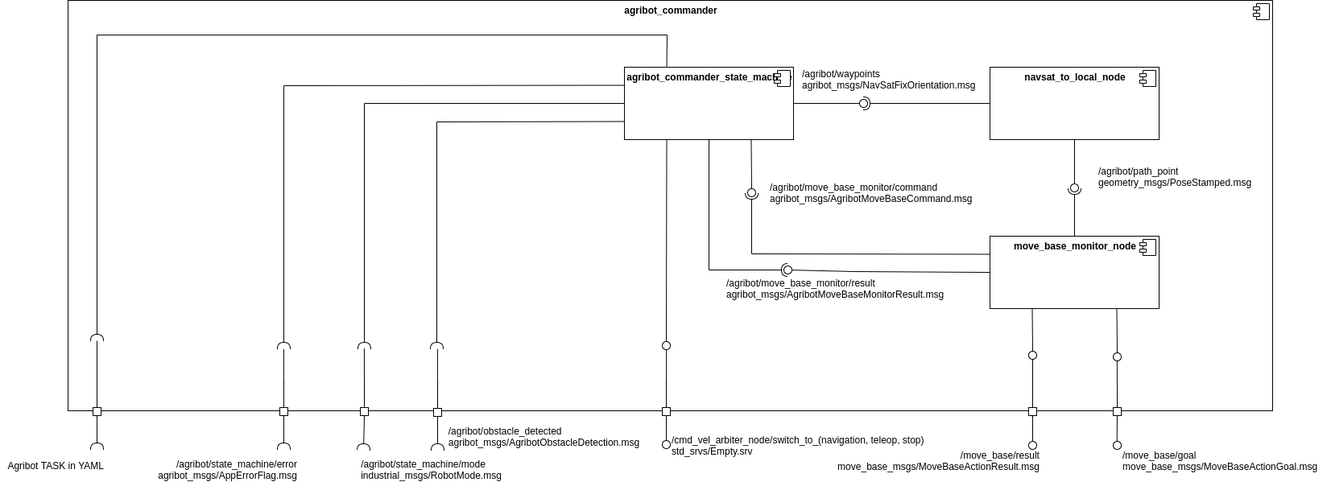
Above: doc/component_diagram.png in agribot-2-0/agribot_commander (draw.io), before the change. Source tidied: cells renumbered, new cells last; positions are measured from the earlier drawing's top-left corner, leaving out a move shared by most shapes.
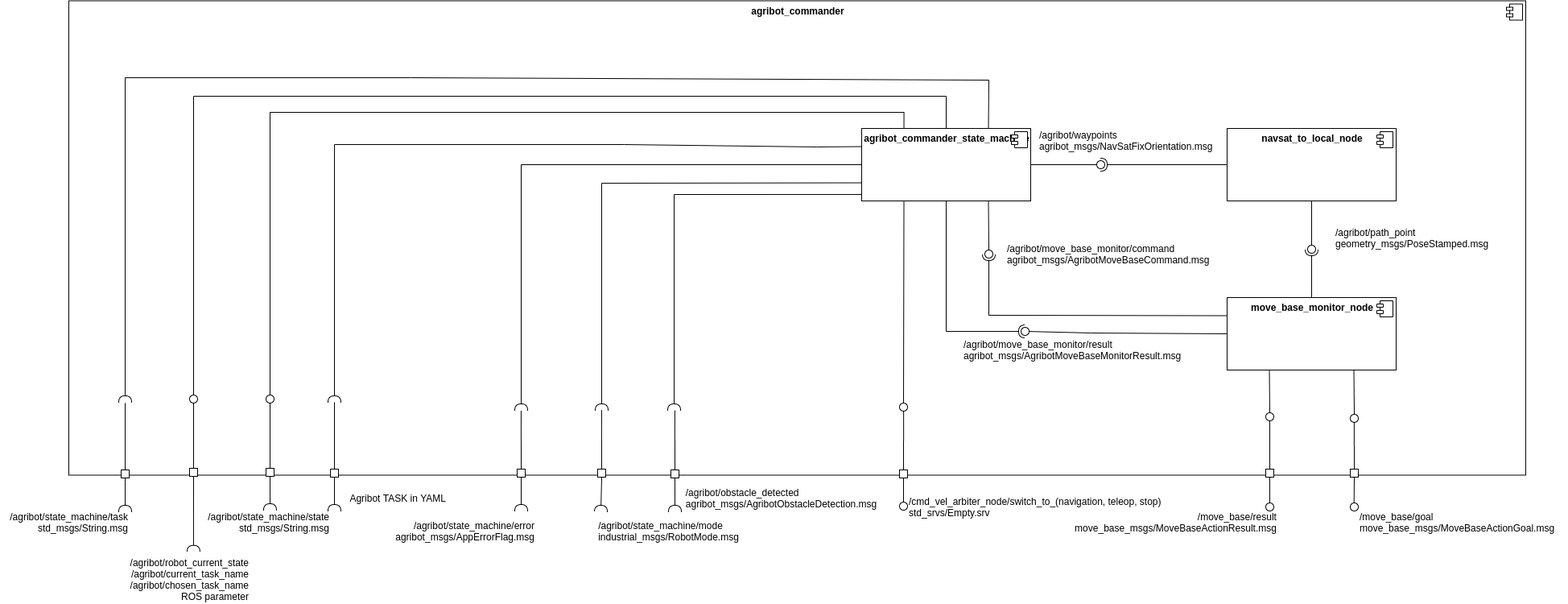
The same file after the commit.

Commit message:
Update component diagram according to review comments

Change to the diagram source:
```diff
@@ -3,7 +3,7 @@
     <mxCell id="0" />
     <mxCell id="1" parent="0" />
     <mxCell id="2" value="&lt;p style=&quot;margin: 0px ; margin-top: 6px ; text-align: center&quot;&gt;&lt;b&gt;agribot_commander&lt;/b&gt;&lt;/p&gt;" style="align=left;overflow=fill;html=1;" parent="1" vertex="1">
-      <mxGeometry x="84" width="1496" height="510" as="geometry" />
+      <mxGeometry x="-210" y="-75.5" width="1810" height="589" as="geometry" />
     </mxCell>
     <mxCell id="3" style="shape=component;jettyWidth=8;jettyHeight=4;" parent="2" vertex="1">
       <mxGeometry x="1" width="20" height="20" relative="1" as="geometry">
@@ -150,30 +150,30 @@
     <mxCell id="41" value="&lt;div style=&quot;text-align: right&quot;&gt;&lt;span&gt;/move_base/result&lt;/span&gt;&lt;/div&gt;&lt;div style=&quot;text-align: right&quot;&gt;&lt;span&gt;move_base_msgs/MoveBaseActionResult.msg&lt;/span&gt;&lt;/div&gt;" style="text;html=1;align=center;verticalAlign=middle;" parent="1" vertex="1">
       <mxGeometry x="1030" y="557" width="270" height="30" as="geometry" />
     </mxCell>
-    <mxCell id="42" style="rounded=0;jettySize=auto;html=1;endArrow=halfCircle;endFill=0;endSize=6;strokeWidth=1;exitX=0;exitY=0.75;exitDx=0;exitDy=0;" parent="1" edge="1" source="4">
+    <mxCell id="42" style="rounded=0;jettySize=auto;html=1;endArrow=halfCircle;endFill=0;endSize=6;strokeWidth=1;exitX=0.001;exitY=0.911;exitDx=0;exitDy=0;exitPerimeter=0;" parent="1" edge="1" source="4">
       <mxGeometry relative="1" as="geometry">
         <mxPoint x="542" y="433" as="targetPoint" />
         <Array as="points">
-          <mxPoint x="542" y="151" />
+          <mxPoint x="542" y="165" />
         </Array>
       </mxGeometry>
     </mxCell>
-    <mxCell id="43" style="rounded=0;jettySize=auto;html=1;endArrow=halfCircle;endFill=0;endSize=6;strokeWidth=1;exitX=0;exitY=0.5;exitDx=0;exitDy=0;" parent="1" edge="1" source="4">
+    <mxCell id="43" style="rounded=0;jettySize=auto;html=1;endArrow=halfCircle;endFill=0;endSize=6;strokeWidth=1;exitX=0;exitY=0.75;exitDx=0;exitDy=0;" parent="1" edge="1" source="4">
       <mxGeometry relative="1" as="geometry">
         <mxPoint x="452" y="433" as="targetPoint" />
         <Array as="points">
-          <mxPoint x="452" y="128" />
+          <mxPoint x="452" y="151" />
         </Array>
       </mxGeometry>
     </mxCell>
     <mxCell id="44" value="&lt;div style=&quot;text-align: left&quot;&gt;&lt;span&gt;/agribot/obstacle_detected&lt;/span&gt;&lt;/div&gt;&lt;div style=&quot;text-align: left&quot;&gt;&lt;span&gt;agribot_msgs/AgribotObstacleDetection.msg&lt;/span&gt;&lt;/div&gt;" style="text;html=1;align=center;verticalAlign=middle;" parent="1" vertex="1">
       <mxGeometry x="550" y="527" width="250" height="30" as="geometry" />
     </mxCell>
-    <mxCell id="45" style="rounded=0;jettySize=auto;html=1;endArrow=halfCircle;endFill=0;endSize=6;strokeWidth=1;exitX=0;exitY=0.25;exitDx=0;exitDy=0;" parent="1" edge="1" source="4">
+    <mxCell id="45" style="rounded=0;jettySize=auto;html=1;endArrow=halfCircle;endFill=0;endSize=6;strokeWidth=1;exitX=0;exitY=0.5;exitDx=0;exitDy=0;" parent="1" edge="1" source="4">
       <mxGeometry relative="1" as="geometry">
         <mxPoint x="352" y="433" as="targetPoint" />
         <Array as="points">
-          <mxPoint x="352" y="106" />
+          <mxPoint x="352" y="128" />
         </Array>
       </mxGeometry>
     </mxCell>
@@ -192,17 +192,18 @@
     <mxCell id="50" value="/cmd_vel_arbiter_node/switch_to_(navigation, teleop, stop)&lt;br&gt;std_srvs/Empty.srv" style="text;html=1;align=left;verticalAlign=middle;" parent="1" vertex="1">
       <mxGeometry x="832" y="538" width="330" height="30" as="geometry" />
     </mxCell>
-    <mxCell id="51" style="rounded=0;jettySize=auto;html=1;endArrow=halfCircle;endFill=0;endSize=6;strokeWidth=1;exitX=0.25;exitY=0;exitDx=0;exitDy=0;" parent="1" edge="1" source="4">
+    <mxCell id="51" style="rounded=0;jettySize=auto;html=1;endArrow=halfCircle;endFill=0;endSize=6;strokeWidth=1;exitX=0;exitY=0.25;exitDx=0;exitDy=0;" parent="1" edge="1" source="4">
       <mxGeometry relative="1" as="geometry">
         <mxPoint x="120" y="423" as="targetPoint" />
         <Array as="points">
-          <mxPoint x="828" y="43" />
-          <mxPoint x="120" y="43" />
+          <mxPoint x="720" y="106" />
+          <mxPoint x="480" y="103" />
+          <mxPoint x="120" y="103" />
         </Array>
       </mxGeometry>
     </mxCell>
     <mxCell id="52" value="&lt;div&gt;Agribot TASK in YAML&lt;/div&gt;" style="text;html=1;align=right;verticalAlign=middle;" parent="1" vertex="1">
-      <mxGeometry y="568" width="130" height="20" as="geometry" />
+      <mxGeometry x="130" y="532" width="130" height="20" as="geometry" />
     </mxCell>
     <mxCell id="53" style="edgeStyle=orthogonalEdgeStyle;rounded=0;jettySize=auto;html=1;exitX=0.5;exitY=0;exitDx=0;exitDy=0;entryX=0.489;entryY=0.936;entryDx=0;entryDy=0;entryPerimeter=0;endArrow=none;endFill=0;" parent="1" edge="1" source="54" target="37">
       <mxGeometry relative="1" as="geometry" />
@@ -243,7 +244,7 @@
       <mxGeometry relative="1" as="geometry" />
     </mxCell>
     <mxCell id="63" style="rounded=0;whiteSpace=wrap;html=1;" parent="1" vertex="1">
-      <mxGeometry x="822" y="506" width="10" height="10" as="geometry" />
+      <mxGeometry x="822" y="507" width="10" height="10" as="geometry" />
     </mxCell>
     <mxCell id="64" style="rounded=0;jettySize=auto;html=1;endArrow=none;endFill=0;exitX=0.5;exitY=1;exitDx=0;exitDy=0;" parent="1" edge="1" source="63" target="65">
       <mxGeometry relative="1" as="geometry" />
@@ -254,5 +255,83 @@
     <mxCell id="66" style="ellipse;whiteSpace=wrap;html=1;fontFamily=Helvetica;fontSize=12;fontColor=#000000;align=center;strokeColor=#000000;fillColor=#ffffff;points=[];" parent="1" vertex="1">
       <mxGeometry x="1382" y="548" width="10" height="10" as="geometry" />
     </mxCell>
+    <mxCell id="67" style="rounded=0;jettySize=auto;html=1;endArrow=halfCircle;endFill=0;endSize=6;strokeWidth=1;exitX=0.5;exitY=1;exitDx=0;exitDy=0;" parent="1" edge="1" source="69">
+      <mxGeometry relative="1" as="geometry">
+        <mxPoint x="40" y="557" as="targetPoint" />
+      </mxGeometry>
+    </mxCell>
+    <mxCell id="68" style="edgeStyle=orthogonalEdgeStyle;rounded=0;jettySize=auto;html=1;exitX=0.5;exitY=0;exitDx=0;exitDy=0;endArrow=none;endFill=0;" parent="1" edge="1" source="69">
+      <mxGeometry relative="1" as="geometry">
+        <mxPoint x="40" y="422" as="targetPoint" />
+      </mxGeometry>
+    </mxCell>
+    <mxCell id="69" style="rounded=0;whiteSpace=wrap;html=1;" parent="1" vertex="1">
+      <mxGeometry x="35" y="505" width="10" height="10" as="geometry" />
+    </mxCell>
+    <mxCell id="70" value="&lt;div&gt;/agribot/state_machine/state&lt;br&gt;std_msgs/String.msg&lt;/div&gt;" style="text;html=1;align=right;verticalAlign=middle;" parent="1" vertex="1">
+      <mxGeometry x="-55" y="557" width="170" height="30" as="geometry" />
+    </mxCell>
+    <mxCell id="71" style="rounded=0;jettySize=auto;html=1;endArrow=halfCircle;endFill=0;endSize=6;strokeWidth=1;exitX=0.5;exitY=1;exitDx=0;exitDy=0;entryX=0.562;entryY=-0.071;entryDx=0;entryDy=0;entryPerimeter=0;" parent="1" edge="1" source="73" target="74">
+      <mxGeometry relative="1" as="geometry" />
+    </mxCell>
+    <mxCell id="72" style="edgeStyle=orthogonalEdgeStyle;rounded=0;jettySize=auto;html=1;exitX=0.5;exitY=0;exitDx=0;exitDy=0;endArrow=none;endFill=0;" parent="1" edge="1" source="73">
+      <mxGeometry relative="1" as="geometry">
+        <mxPoint x="-55" y="422" as="targetPoint" />
+      </mxGeometry>
+    </mxCell>
+    <mxCell id="73" style="rounded=0;whiteSpace=wrap;html=1;" parent="1" vertex="1">
+      <mxGeometry x="-60" y="505" width="10" height="10" as="geometry" />
+    </mxCell>
+    <mxCell id="74" value="/agribot/robot_current_state&lt;br&gt;/agribot/current_task_name&lt;br&gt;/agribot/chosen_task_name&lt;br&gt;&lt;div&gt;ROS parameter&lt;/div&gt;" style="text;html=1;align=right;verticalAlign=middle;points=[];" parent="1" vertex="1">
+      <mxGeometry x="-145" y="613" width="160" height="60" as="geometry" />
+    </mxCell>
+    <mxCell id="75" style="edgeStyle=orthogonalEdgeStyle;rounded=0;jettySize=auto;html=1;entryX=0.25;entryY=0;entryDx=0;entryDy=0;endArrow=none;endFill=0;" parent="1" edge="1" source="76" target="4">
+      <mxGeometry relative="1" as="geometry">
+        <Array as="points">
+          <mxPoint x="40" y="63" />
+          <mxPoint x="828" y="63" />
+        </Array>
+      </mxGeometry>
+    </mxCell>
+    <mxCell id="76" style="ellipse;whiteSpace=wrap;html=1;fontFamily=Helvetica;fontSize=12;fontColor=#000000;align=center;strokeColor=#000000;fillColor=#ffffff;points=[];" parent="1" vertex="1">
+      <mxGeometry x="35" y="414" width="10" height="10" as="geometry" />
+    </mxCell>
+    <mxCell id="77" style="edgeStyle=orthogonalEdgeStyle;rounded=0;jettySize=auto;html=1;entryX=0.5;entryY=0;entryDx=0;entryDy=0;endArrow=none;endFill=0;" parent="1" edge="1" source="78" target="4">
+      <mxGeometry relative="1" as="geometry">
+        <Array as="points">
+          <mxPoint x="-55" y="43" />
+          <mxPoint x="880" y="43" />
+        </Array>
+      </mxGeometry>
+    </mxCell>
+    <mxCell id="78" style="ellipse;whiteSpace=wrap;html=1;fontFamily=Helvetica;fontSize=12;fontColor=#000000;align=center;strokeColor=#000000;fillColor=#ffffff;points=[];" parent="1" vertex="1">
+      <mxGeometry x="-60" y="414" width="10" height="10" as="geometry" />
+    </mxCell>
+    <mxCell id="79" style="rounded=0;jettySize=auto;html=1;endArrow=halfCircle;endFill=0;endSize=6;strokeWidth=1;exitX=0.75;exitY=0;exitDx=0;exitDy=0;" parent="1" edge="1" source="4">
+      <mxGeometry relative="1" as="geometry">
+        <mxPoint x="-140" y="423" as="targetPoint" />
+        <Array as="points">
+          <mxPoint x="933" y="23" />
+          <mxPoint x="215" y="20" />
+          <mxPoint x="-140" y="20" />
+        </Array>
+      </mxGeometry>
+    </mxCell>
+    <mxCell id="80" style="rounded=0;jettySize=auto;html=1;endArrow=halfCircle;endFill=0;endSize=6;strokeWidth=1;exitX=0.5;exitY=1;exitDx=0;exitDy=0;" parent="1" edge="1" source="82">
+      <mxGeometry relative="1" as="geometry">
+        <mxPoint x="-140" y="559" as="targetPoint" />
+      </mxGeometry>
+    </mxCell>
+    <mxCell id="81" style="edgeStyle=orthogonalEdgeStyle;rounded=0;jettySize=auto;html=1;exitX=0.5;exitY=0;exitDx=0;exitDy=0;endArrow=none;endFill=0;" parent="1" edge="1" source="82">
+      <mxGeometry relative="1" as="geometry">
+        <mxPoint x="-140" y="424" as="targetPoint" />
+      </mxGeometry>
+    </mxCell>
+    <mxCell id="82" style="rounded=0;whiteSpace=wrap;html=1;" parent="1" vertex="1">
+      <mxGeometry x="-145" y="507" width="10" height="10" as="geometry" />
+    </mxCell>
+    <mxCell id="83" value="&lt;div&gt;/agribot/state_machine/task&lt;br&gt;std_msgs/String.msg&lt;br&gt;&lt;/div&gt;" style="text;html=1;align=right;verticalAlign=middle;" parent="1" vertex="1">
+      <mxGeometry x="-295" y="557" width="160" height="30" as="geometry" />
+    </mxCell>
   </root>
 </mxGraphModel>
```
